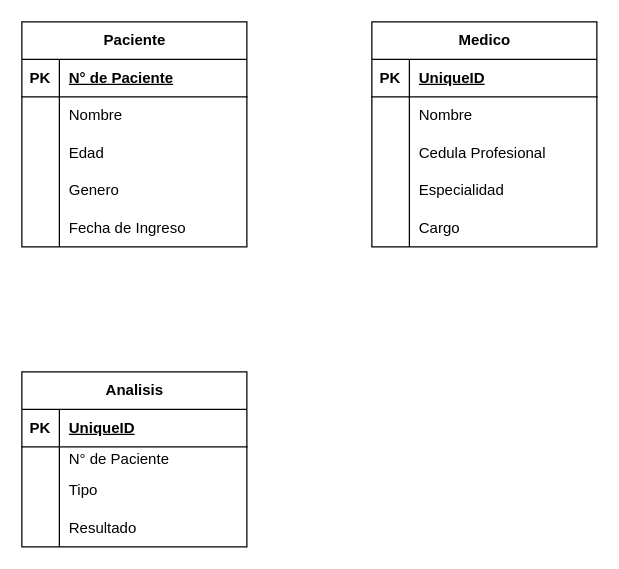
This is page "Página-2" (2 of 2) of DIAGRAMA/Hospital.drawio from Antonia2410/fbd-Antonia-Santos, a draw.io file, before an edit. Source tidied: cells renumbered, new cells numbered last; positions are measured from the earlier drawing's top-left corner, leaving out a move shared by most shapes. Both pictures are drawn from the tidied source at 125%, with x=0, y=0 at pixel (21, 21).
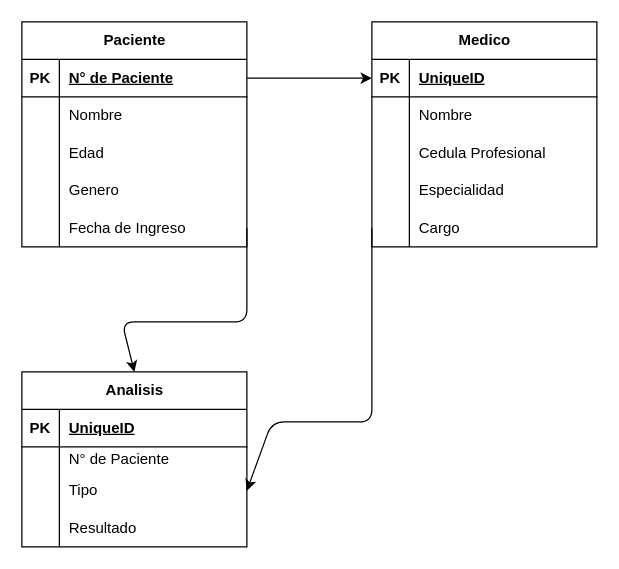
After the change.

Unchanged cells that the change refers to:
```xml
<mxCell id="3" style="shape=tableRow;horizontal=0;startSize=0;swimlaneHead=0;swimlaneBody=0;fillColor=none;points=[[0,0.5],[1,0.5]];portConstraint=eastwest;top=0;left=0;right=0;bottom=1;" parent="2" vertex="1">
  <mxGeometry y="30" width="180" height="30" as="geometry" />
</mxCell>
<mxCell id="15" style="shape=tableRow;horizontal=0;startSize=0;swimlaneHead=0;swimlaneBody=0;fillColor=none;points=[[0,0.5],[1,0.5]];portConstraint=eastwest;top=0;left=0;right=0;bottom=0;" parent="2" vertex="1">
  <mxGeometry y="150" width="180" height="30" as="geometry" />
</mxCell>
<mxCell id="19" style="shape=tableRow;horizontal=0;startSize=0;swimlaneHead=0;swimlaneBody=0;fillColor=none;points=[[0,0.5],[1,0.5]];portConstraint=eastwest;top=0;left=0;right=0;bottom=1;" parent="18" vertex="1">
  <mxGeometry y="30" width="180" height="30" as="geometry" />
</mxCell>
<mxCell id="31" style="shape=tableRow;horizontal=0;startSize=0;swimlaneHead=0;swimlaneBody=0;fillColor=none;points=[[0,0.5],[1,0.5]];portConstraint=eastwest;top=0;left=0;right=0;bottom=0;" parent="18" vertex="1">
  <mxGeometry y="150" width="180" height="30" as="geometry" />
</mxCell>
<mxCell id="34" value="Analisis" style="shape=table;startSize=30;childLayout=tableLayout;rowLines=0;fontStyle=1;align=center;html=1;" parent="1" vertex="1">
  <mxGeometry y="280" width="180" height="140" as="geometry" />
</mxCell>
<mxCell id="41" style="shape=tableRow;horizontal=0;startSize=0;swimlaneHead=0;swimlaneBody=0;fillColor=none;points=[[0,0.5],[1,0.5]];portConstraint=eastwest;top=0;left=0;right=0;bottom=0;" parent="34" vertex="1">
  <mxGeometry y="80" width="180" height="30" as="geometry" />
</mxCell>
```

Change to the diagram source:
```diff
@@
+    <mxCell id="47" style="edgeStyle=none;html=1;exitX=1;exitY=0.5;exitDx=0;exitDy=0;entryX=0;entryY=0.5;entryDx=0;entryDy=0;" parent="1" edge="1" source="3" target="19">
+      <mxGeometry relative="1" as="geometry" />
+    </mxCell>
+    <mxCell id="48" style="edgeStyle=none;html=1;exitX=1;exitY=0.5;exitDx=0;exitDy=0;entryX=0.5;entryY=0;entryDx=0;entryDy=0;" parent="1" edge="1" source="15" target="34">
+      <mxGeometry relative="1" as="geometry">
+        <Array as="points">
+          <mxPoint x="180" y="240" />
+          <mxPoint x="80" y="240" />
+        </Array>
+      </mxGeometry>
+    </mxCell>
+    <mxCell id="49" style="edgeStyle=none;html=1;exitX=0;exitY=0.5;exitDx=0;exitDy=0;entryX=1;entryY=0.5;entryDx=0;entryDy=0;" parent="1" edge="1" source="31" target="41">
+      <mxGeometry relative="1" as="geometry">
+        <Array as="points">
+          <mxPoint x="280" y="320" />
+          <mxPoint x="200" y="320" />
+        </Array>
+      </mxGeometry>
+    </mxCell>
```
